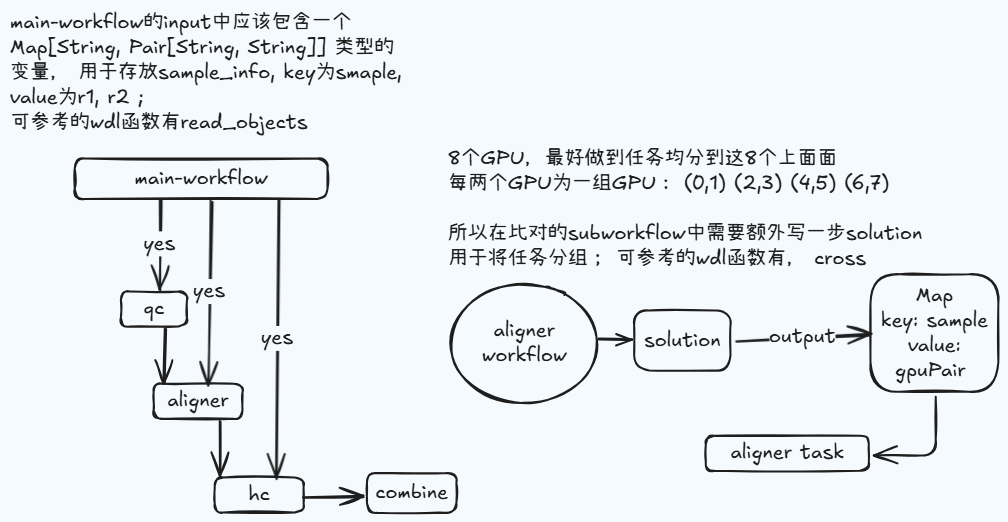
Before: wdl/draft.excalidraw.png, a diagram exported from Excalidraw (kevin-furant/scaq). Source tidied: one line per element, renumbered; positions are measured from the earlier drawing's top-left corner, leaving out a move shared by most shapes.
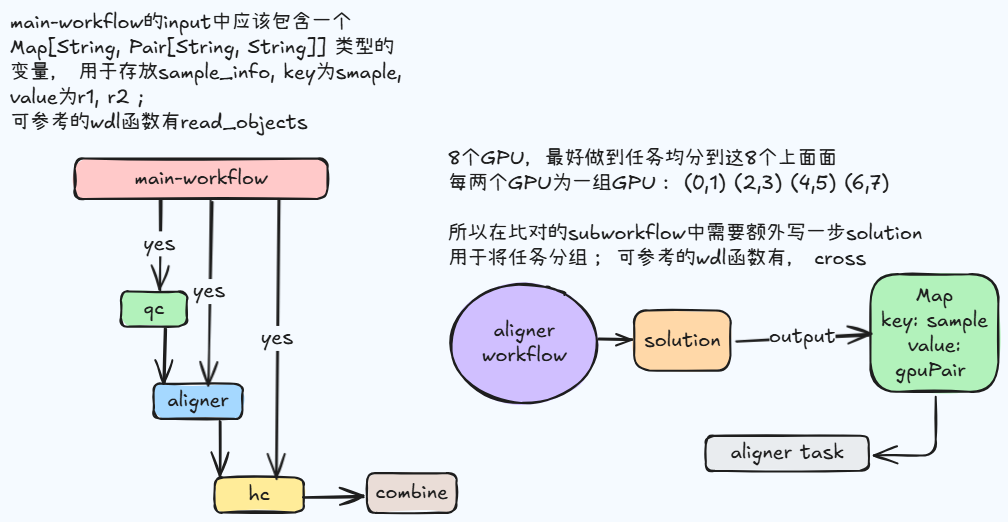
Above is the later version.

Commit message:
subworkflow 编写及validate完成，准备写main workflow

The edit, as a diff of the source:
```diff
@@ -1,12 +1,12 @@
-{"id": 0, "type": "rectangle", "strokeColor": "#1e1e1e", "strokeWidth": 2, "roughness": 1, "round": true, "x": 65, "y": 149, "width": 253, "height": 40}
+{"id": 0, "type": "rectangle", "strokeColor": "#1e1e1e", "backgroundColor": "#ffc9c9", "fillStyle": "solid", "strokeWidth": 2, "roughness": 1, "round": true, "x": 65, "y": 149, "width": 253, "height": 40}
-{"id": 1, "type": "text", "text": "main-workflow", "strokeColor": "#1e1e1e", "strokeWidth": 2, "roughness": 1, "fontSize": 20, "fontFamily": 5, "textAlign": "center", "verticalAlign": "middle", "inside": 0, "x": 124, "y": 156, "width": 133, "height": 25}
+{"id": 1, "type": "text", "text": "main-workflow", "strokeColor": "#1e1e1e", "backgroundColor": "#ffc9c9", "fillStyle": "solid", "strokeWidth": 2, "roughness": 1, "fontSize": 20, "fontFamily": 5, "textAlign": "center", "verticalAlign": "middle", "inside": 0, "x": 124, "y": 156, "width": 133, "height": 25}
-{"id": 2, "type": "rectangle", "strokeColor": "#1e1e1e", "strokeWidth": 2, "roughness": 1, "round": true, "x": 111, "y": 282, "width": 66, "height": 35}
+{"id": 2, "type": "rectangle", "strokeColor": "#1e1e1e", "backgroundColor": "#b2f2bb", "fillStyle": "solid", "strokeWidth": 2, "roughness": 1, "round": true, "x": 111, "y": 282, "width": 66, "height": 35}
 {"id": 3, "type": "text", "text": "qc", "strokeColor": "#1e1e1e", "strokeWidth": 2, "roughness": 1, "fontSize": 20, "fontFamily": 5, "textAlign": "center", "verticalAlign": "middle", "inside": 2, "x": 133, "y": 287, "width": 21, "height": 25}
-{"id": 4, "type": "rectangle", "strokeColor": "#1e1e1e", "strokeWidth": 2, "roughness": 1, "round": true, "x": 144, "y": 374, "width": 89, "height": 35}
+{"id": 4, "type": "rectangle", "strokeColor": "#1e1e1e", "backgroundColor": "#a5d8ff", "fillStyle": "solid", "strokeWidth": 2, "roughness": 1, "round": true, "x": 144, "y": 374, "width": 89, "height": 35}
 {"id": 5, "type": "text", "text": "aligner", "strokeColor": "#1e1e1e", "strokeWidth": 2, "roughness": 1, "fontSize": 20, "fontFamily": 5, "textAlign": "center", "verticalAlign": "middle", "inside": 4, "x": 157, "y": 379, "width": 61, "height": 25}
-{"id": 6, "type": "rectangle", "strokeColor": "#1e1e1e", "strokeWidth": 2, "roughness": 1, "round": true, "x": 205, "y": 467, "width": 89, "height": 35}
+{"id": 6, "type": "rectangle", "strokeColor": "#1e1e1e", "backgroundColor": "#ffec99", "fillStyle": "solid", "strokeWidth": 2, "roughness": 1, "round": true, "x": 205, "y": 467, "width": 89, "height": 35}
 {"id": 7, "type": "text", "text": "hc", "strokeColor": "#1e1e1e", "strokeWidth": 2, "roughness": 1, "fontSize": 20, "fontFamily": 5, "textAlign": "center", "verticalAlign": "middle", "inside": 6, "x": 238, "y": 472, "width": 21, "height": 25}
-{"id": 8, "type": "rectangle", "strokeColor": "#1e1e1e", "strokeWidth": 2, "roughness": 1, "round": true, "x": 357, "y": 463, "width": 89, "height": 40}
+{"id": 8, "type": "rectangle", "strokeColor": "#1e1e1e", "backgroundColor": "#eaddd7", "fillStyle": "solid", "strokeWidth": 2, "roughness": 1, "round": true, "x": 357, "y": 463, "width": 89, "height": 40}
 {"id": 9, "type": "text", "text": "combine", "strokeColor": "#1e1e1e", "strokeWidth": 2, "roughness": 1, "fontSize": 20, "fontFamily": 5, "textAlign": "center", "verticalAlign": "middle", "inside": 8, "x": 365, "y": 470, "width": 73, "height": 25}
 {"id": 10, "type": "arrow", "strokeColor": "#1e1e1e", "strokeWidth": 2, "roughness": 1, "endArrowhead": "arrow", "round": true, "from": 0, "to": 2, "x": 149, "y": 189, "width": 0, "height": 91, "points": [[0, 0], [0, 91]]}
 {"id": 11, "type": "text", "text": "yes", "strokeColor": "#1e1e1e", "strokeWidth": 2, "roughness": 1, "fontSize": 20, "fontFamily": 5, "textAlign": "center", "verticalAlign": "middle", "inside": 10, "x": 133, "y": 222, "width": 32, "height": 25}
@@ -18,16 +18,16 @@
 {"id": 17, "type": "arrow", "strokeColor": "#1e1e1e", "strokeWidth": 2, "roughness": 1, "endArrowhead": "arrow", "round": true, "from": 6, "to": 8, "x": 294, "y": 487, "width": 59, "height": 0, "points": [[0, 0], [59, 0]]}
 {"id": 18, "type": "arrow", "strokeColor": "#1e1e1e", "strokeWidth": 2, "roughness": 1, "endArrowhead": "arrow", "round": true, "from": 4, "to": 6, "x": 209, "y": 411, "width": 0, "height": 56, "points": [[0, 0], [0, 56]]}
 {"id": 19, "type": "text", "text": "8个GPU，最好做到任务均分到这8个上面面\n每两个GPU为一组GPU： (0,1) (2,3) (4,5) (6,7)\n\n所以在比对的subworkflow中需要额外写一步solution\n用于将任务分组； 可参考的wdl函数有， cross ", "strokeColor": "#1e1e1e", "strokeWidth": 2, "roughness": 1, "fontSize": 20, "fontFamily": 5, "x": 438, "y": 136, "width": 475, "height": 125}
-{"id": 20, "type": "rectangle", "strokeColor": "#1e1e1e", "strokeWidth": 2, "roughness": 1, "round": true, "x": 860, "y": 264, "width": 128, "height": 118}
+{"id": 20, "type": "rectangle", "strokeColor": "#1e1e1e", "backgroundColor": "#b2f2bb", "fillStyle": "solid", "strokeWidth": 2, "roughness": 1, "round": true, "x": 860, "y": 264, "width": 128, "height": 118}
 {"id": 21, "type": "text", "text": "Map\nkey: sample\nvalue:\ngpuPair ", "strokeColor": "#1e1e1e", "strokeWidth": 2, "roughness": 1, "fontSize": 20, "fontFamily": 5, "textAlign": "center", "verticalAlign": "middle", "inside": 20, "x": 871, "y": 273, "width": 107, "height": 100}
-{"id": 22, "type": "ellipse", "strokeColor": "#1e1e1e", "strokeWidth": 2, "roughness": 1, "round": true, "x": 441, "y": 274, "width": 147, "height": 120}
+{"id": 22, "type": "ellipse", "strokeColor": "#1e1e1e", "backgroundColor": "#d0bfff", "fillStyle": "solid", "strokeWidth": 2, "roughness": 1, "round": true, "x": 441, "y": 274, "width": 147, "height": 120}
 {"id": 23, "type": "text", "text": "aligner\nworkflow", "strokeColor": "#1e1e1e", "strokeWidth": 2, "roughness": 1, "fontSize": 20, "fontFamily": 5, "textAlign": "center", "verticalAlign": "middle", "inside": 22, "x": 472, "y": 309, "width": 85, "height": 50}
-{"id": 24, "type": "rectangle", "strokeColor": "#1e1e1e", "strokeWidth": 2, "roughness": 1, "round": true, "x": 624, "y": 300, "width": 96, "height": 60}
+{"id": 24, "type": "rectangle", "strokeColor": "#1e1e1e", "backgroundColor": "#ffd8a8", "fillStyle": "solid", "strokeWidth": 2, "roughness": 1, "round": true, "x": 624, "y": 300, "width": 96, "height": 60}
 {"id": 25, "type": "text", "text": "solution", "strokeColor": "#1e1e1e", "strokeWidth": 2, "roughness": 1, "fontSize": 20, "fontFamily": 5, "textAlign": "center", "verticalAlign": "middle", "inside": 24, "x": 634, "y": 318, "width": 77, "height": 25}
 {"id": 26, "type": "arrow", "strokeColor": "#1e1e1e", "strokeWidth": 2, "roughness": 1, "endArrowhead": "arrow", "round": true, "from": 22, "to": 24, "x": 589, "y": 329, "width": 34, "height": 0, "points": [[0, 0], [34, 0]]}
 {"id": 27, "type": "arrow", "strokeColor": "#1e1e1e", "strokeWidth": 2, "roughness": 1, "endArrowhead": "arrow", "round": true, "from": 24, "to": 20, "x": 726, "y": 329, "width": 134, "height": 5, "points": [[0, 0], [134, -5]]}
 {"id": 28, "type": "text", "text": "output", "strokeColor": "#1e1e1e", "strokeWidth": 2, "roughness": 1, "fontSize": 20, "fontFamily": 5, "textAlign": "center", "verticalAlign": "middle", "inside": 27, "x": 699, "y": 315, "width": 67, "height": 25}
-{"id": 29, "type": "rectangle", "strokeColor": "#1e1e1e", "strokeWidth": 2, "roughness": 1, "round": true, "x": 696, "y": 426, "width": 163, "height": 35}
+{"id": 29, "type": "rectangle", "strokeColor": "#1e1e1e", "backgroundColor": "#e9ecef", "fillStyle": "solid", "strokeWidth": 2, "roughness": 1, "round": true, "x": 696, "y": 426, "width": 163, "height": 35}
 {"id": 30, "type": "text", "text": "aligner task", "strokeColor": "#1e1e1e", "strokeWidth": 2, "roughness": 1, "fontSize": 20, "fontFamily": 5, "textAlign": "center", "verticalAlign": "middle", "inside": 29, "x": 721, "y": 431, "width": 114, "height": 25}
 {"id": 31, "type": "arrow", "strokeColor": "#1e1e1e", "strokeWidth": 2, "roughness": 1, "endArrowhead": "arrow", "from": 20, "to": 29, "x": 926, "y": 387, "width": 62, "height": 59, "points": [[0, 0], [0, 59], [-62, 59]]}
 {"id": 32, "type": "text", "text": "main-workflow的input中应该包含一个\nMap[String, Pair[String, String]] 类型的\n变量， 用于存放sample_info, key为smaple,\nvalue为r1, r2 ; \n可参考的wdl函数有read_objects", "strokeColor": "#1e1e1e", "strokeWidth": 2, "roughness": 1, "fontSize": 20, "fontFamily": 5, "x": 0, "y": 0, "width": 395, "height": 125}
```
